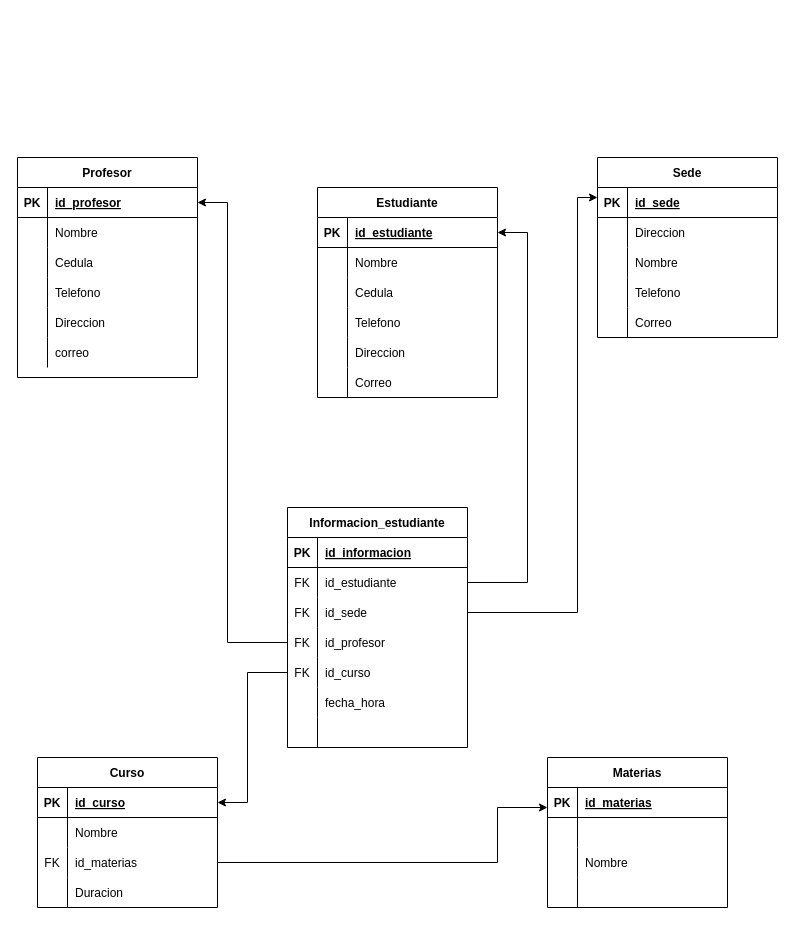
mstencio/diagrams.net keeps this draw.io diagram as page "Modelo relacional" (2 of 2) of Estudiantes.drawio. Above is the earlier version. Source tidied: cells renumbered, new cells numbered last; positions are measured from the earlier drawing's top-left corner, leaving out a move shared by most shapes. Both pictures are drawn from the tidied source at 100%, with x=0, y=0 at pixel (17, 157).
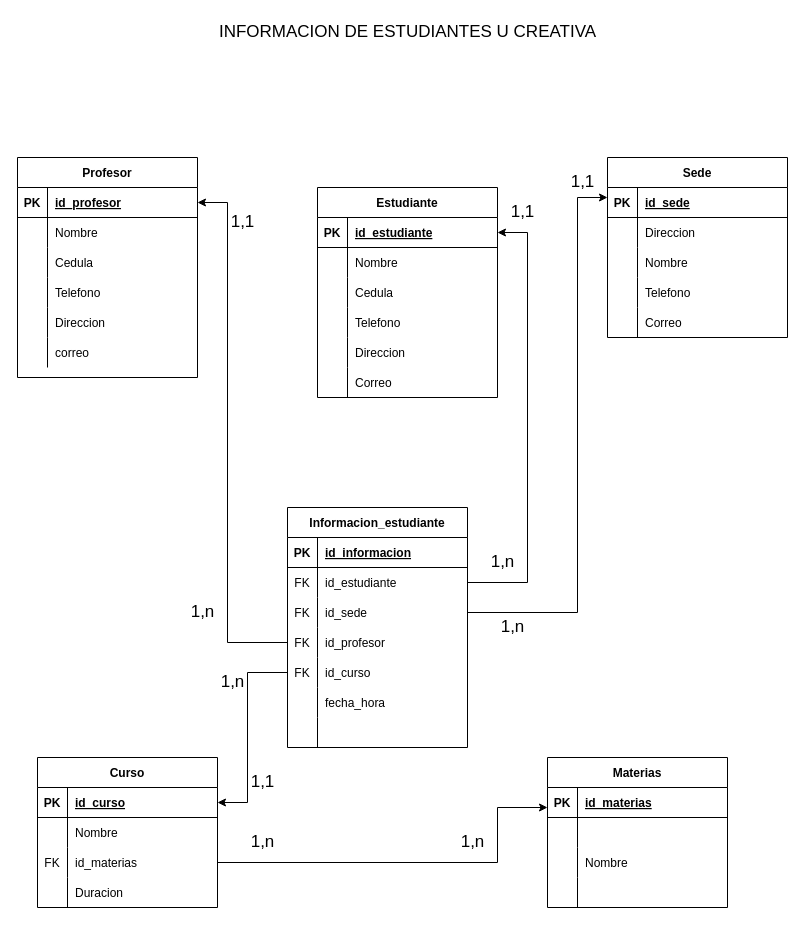
After the change.

The edit, as a diff of the source:
```diff
@@
     <mxCell id="40" value="Sede" style="shape=table;startSize=30;childLayout=tableLayout;rowLines=0;fontStyle=1;align=center;" parent="1" vertex="1">
-      <mxGeometry x="580" width="180" height="180" as="geometry" />
+      <mxGeometry x="590" width="180" height="180" as="geometry" />
     </mxCell>
@@
+    <mxCell id="109" value="1,n" style="text;html=1;align=center;verticalAlign=middle;strokeColor=none;fillColor=none;fontSize=17;" parent="1" vertex="1">
+      <mxGeometry x="430" y="670" width="50" height="30" as="geometry" />
+    </mxCell>
+    <mxCell id="110" value="1,n" style="text;html=1;align=center;verticalAlign=middle;strokeColor=none;fillColor=none;fontSize=17;" parent="1" vertex="1">
+      <mxGeometry x="220" y="670" width="50" height="30" as="geometry" />
+    </mxCell>
+    <mxCell id="111" value="1,1" style="text;html=1;align=center;verticalAlign=middle;strokeColor=none;fillColor=none;fontSize=17;" parent="1" vertex="1">
+      <mxGeometry x="220" y="610" width="50" height="30" as="geometry" />
+    </mxCell>
+    <mxCell id="112" value="1,1" style="text;html=1;align=center;verticalAlign=middle;strokeColor=none;fillColor=none;fontSize=17;" parent="1" vertex="1">
+      <mxGeometry x="200" y="50" width="50" height="30" as="geometry" />
+    </mxCell>
+    <mxCell id="113" value="1,n" style="text;html=1;align=center;verticalAlign=middle;strokeColor=none;fillColor=none;fontSize=17;" parent="1" vertex="1">
+      <mxGeometry x="160" y="440" width="50" height="30" as="geometry" />
+    </mxCell>
+    <mxCell id="114" value="1,n" style="text;html=1;align=center;verticalAlign=middle;strokeColor=none;fillColor=none;fontSize=17;" parent="1" vertex="1">
+      <mxGeometry x="190" y="510" width="50" height="30" as="geometry" />
+    </mxCell>
+    <mxCell id="115" value="1,n" style="text;html=1;align=center;verticalAlign=middle;strokeColor=none;fillColor=none;fontSize=17;" parent="1" vertex="1">
+      <mxGeometry x="470" y="455" width="50" height="30" as="geometry" />
+    </mxCell>
+    <mxCell id="116" value="1,n" style="text;html=1;align=center;verticalAlign=middle;strokeColor=none;fillColor=none;fontSize=17;" parent="1" vertex="1">
+      <mxGeometry x="460" y="390" width="50" height="30" as="geometry" />
+    </mxCell>
+    <mxCell id="117" value="1,1" style="text;html=1;align=center;verticalAlign=middle;strokeColor=none;fillColor=none;fontSize=17;" parent="1" vertex="1">
+      <mxGeometry x="480" y="40" width="50" height="30" as="geometry" />
+    </mxCell>
+    <mxCell id="118" value="1,1" style="text;html=1;align=center;verticalAlign=middle;strokeColor=none;fillColor=none;fontSize=17;" parent="1" vertex="1">
+      <mxGeometry x="540" y="10" width="50" height="30" as="geometry" />
+    </mxCell>
+    <mxCell id="119" value="INFORMACION DE ESTUDIANTES U CREATIVA" style="text;html=1;align=center;verticalAlign=middle;strokeColor=none;fillColor=none;fontSize=17;fontStyle=0;" parent="1" vertex="1">
+      <mxGeometry x="190" y="-140" width="400" height="30" as="geometry" />
+    </mxCell>
```
